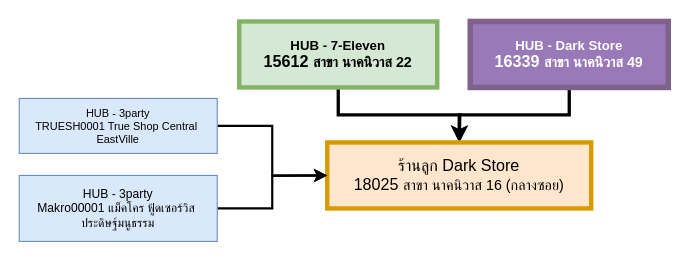
Earlier version of the draw.io diagram relation-store-case2.drawio (peapong/draw.io-diagrams). Source tidied: cells renumbered, new cells numbered last; positions are measured from the earlier drawing's top-left corner, leaving out a move shared by most shapes. Both pictures are drawn from the tidied source at 110%, with x=0, y=0 at pixel (19, 21).
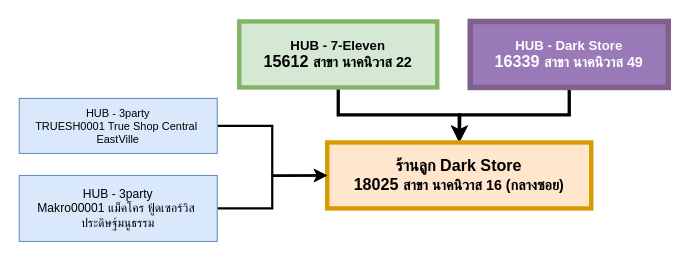
The same diagram, later.

Change to the diagram source:
```diff
@@
 <mxGraphModel>
   <root>
     <mxCell id="0" />
     <mxCell id="1" parent="0" />
     <mxCell id="2" style="edgeStyle=orthogonalEdgeStyle;rounded=0;jettySize=auto;html=1;exitX=0.5;exitY=1;exitDx=0;exitDy=0;strokeWidth=3;" parent="1" edge="1" source="3">
       <mxGeometry relative="1" as="geometry">
         <mxPoint x="400" y="110" as="targetPoint" />
       </mxGeometry>
     </mxCell>
     <mxCell id="3" value="HUB - Dark Store&lt;br&gt;&lt;span style=&quot;font-size: 14.6667px; text-align: start; white-space-collapse: preserve;&quot;&gt;16339 &lt;/span&gt;&lt;span style=&quot;font-size: 13.006px; text-align: left; white-space-collapse: break-spaces;&quot;&gt;สาขา นาคนิวาส 49&lt;/span&gt;" style="rounded=0;whiteSpace=wrap;html=1;fontFamily=Helvetica;labelBackgroundColor=none;fillColor=#9979B8;strokeColor=#7F618C;fontColor=#ffffff;strokeWidth=5;fontStyle=1;" parent="1" vertex="1">
       <mxGeometry x="410" width="180" height="60" as="geometry" />
     </mxCell>
     <mxCell id="4" style="edgeStyle=orthogonalEdgeStyle;rounded=0;jettySize=auto;html=1;exitX=0.5;exitY=1;exitDx=0;exitDy=0;entryX=0.5;entryY=0;entryDx=0;entryDy=0;strokeWidth=3;" parent="1" edge="1" source="5" target="6">
       <mxGeometry relative="1" as="geometry" />
     </mxCell>
     <mxCell id="5" value="&lt;span&gt;HUB - 7-Eleven&lt;/span&gt;&lt;br&gt;&lt;span style=&quot;font-size: 14.6667px; text-align: left; white-space-collapse: preserve;&quot;&gt;15612 &lt;/span&gt;&lt;span style=&quot;font-size: 13.006px; text-align: left; white-space-collapse: break-spaces;&quot;&gt;สาขา นาคนิวาส 22&lt;/span&gt;" style="rounded=0;whiteSpace=wrap;html=1;fontFamily=Helvetica;fillColor=#d5e8d4;strokeColor=#82b366;labelBackgroundColor=none;strokeWidth=4;fontStyle=1;" parent="1" vertex="1">
       <mxGeometry x="200" width="180" height="60" as="geometry" />
     </mxCell>
-    <mxCell id="6" value="&lt;div style=&quot;&quot;&gt;&lt;span style=&quot;white-space-collapse: preserve; font-size: 14.6667px;&quot;&gt;ร้านลูก Dark Store&lt;/span&gt;&lt;/div&gt;&lt;div style=&quot;text-align: start;&quot;&gt;&lt;span style=&quot;white-space-collapse: preserve; font-size: 14.6667px;&quot;&gt;18025 &lt;/span&gt;&lt;span style=&quot;white-space-collapse: break-spaces; font-size: 13.006px;&quot;&gt;สาขา นาคนิวาส 16 (กลางซอย)&lt;/span&gt;&lt;br&gt;&lt;/div&gt;" style="rounded=0;whiteSpace=wrap;html=1;fontFamily=Helvetica;fillColor=#ffe6cc;strokeColor=#d79b00;labelBackgroundColor=none;strokeWidth=4;" parent="1" vertex="1">
+    <mxCell id="6" value="&lt;div style=&quot;&quot;&gt;&lt;span style=&quot;white-space-collapse: preserve; font-size: 14.6667px;&quot;&gt;ร้านลูก Dark Store&lt;/span&gt;&lt;/div&gt;&lt;div style=&quot;text-align: start;&quot;&gt;&lt;span style=&quot;white-space-collapse: preserve; font-size: 14.6667px;&quot;&gt;18025 &lt;/span&gt;&lt;span style=&quot;white-space-collapse: break-spaces; font-size: 13.006px;&quot;&gt;สาขา นาคนิวาส 16 (กลางซอย)&lt;/span&gt;&lt;br&gt;&lt;/div&gt;" style="rounded=0;whiteSpace=wrap;html=1;fontFamily=Helvetica;fillColor=#ffe6cc;strokeColor=#d79b00;labelBackgroundColor=none;strokeWidth=4;fontStyle=1;" parent="1" vertex="1">
       <mxGeometry x="280" y="110" width="240" height="60" as="geometry" />
     </mxCell>
     <mxCell id="7" style="edgeStyle=orthogonalEdgeStyle;rounded=0;jettySize=auto;html=1;exitX=1;exitY=0.5;exitDx=0;exitDy=0;strokeWidth=2;" parent="1" edge="1" source="8">
       <mxGeometry relative="1" as="geometry">
         <mxPoint x="280" y="140" as="targetPoint" />
       </mxGeometry>
     </mxCell>
     <mxCell id="8" value="&lt;div style=&quot;font-size: 11px;&quot;&gt;&lt;font style=&quot;font-size: 11px;&quot;&gt;&lt;span style=&quot;font-size: 11px; white-space-collapse: break-spaces;&quot;&gt;HUB - 3party&lt;/span&gt;&lt;/font&gt;&lt;/div&gt;&lt;span style=&quot;font-size: 11px; white-space-collapse: break-spaces;&quot;&gt;Makro00001 &lt;/span&gt;&lt;span style=&quot;font-size: 11px; text-align: left; white-space-collapse: break-spaces;&quot;&gt;แม็คโคร ฟู้ดเซอร์วิส ประดิษฐ์มนูธรรม&lt;/span&gt;" style="rounded=0;whiteSpace=wrap;html=1;fontFamily=Helvetica;fontSize=11;fillColor=#dae8fc;strokeColor=#6c8ebf;labelBackgroundColor=none;" parent="1" vertex="1">
       <mxGeometry y="140" width="180" height="60" as="geometry" />
     </mxCell>
     <mxCell id="9" style="edgeStyle=orthogonalEdgeStyle;rounded=0;jettySize=auto;html=1;exitX=1;exitY=0.5;exitDx=0;exitDy=0;entryX=0;entryY=0.5;entryDx=0;entryDy=0;strokeWidth=2;" parent="1" edge="1" source="10" target="6">
       <mxGeometry relative="1" as="geometry" />
     </mxCell>
     <mxCell id="10" value="&lt;div style=&quot;font-size: 10px;&quot;&gt;&lt;span style=&quot;font-size: 10px; white-space-collapse: break-spaces;&quot;&gt;HUB - 3party&lt;/span&gt;&lt;span style=&quot;font-size: 10px; white-space-collapse: break-spaces;&quot;&gt;&lt;br style=&quot;font-size: 10px;&quot;&gt;&lt;/span&gt;&lt;/div&gt;&lt;span style=&quot;font-size: 10px; white-space-collapse: break-spaces;&quot;&gt;TRUESH0001 &lt;/span&gt;&lt;span style=&quot;font-size: 10px; text-align: left; white-space-collapse: break-spaces;&quot;&gt;True Shop Central EastVille&lt;/span&gt;" style="rounded=0;whiteSpace=wrap;html=1;fontFamily=Helvetica;fontSize=10;fillColor=#dae8fc;strokeColor=#6c8ebf;labelBackgroundColor=none;" parent="1" vertex="1">
       <mxGeometry y="70" width="180" height="50" as="geometry" />
     </mxCell>
   </root>
 </mxGraphModel>
```
